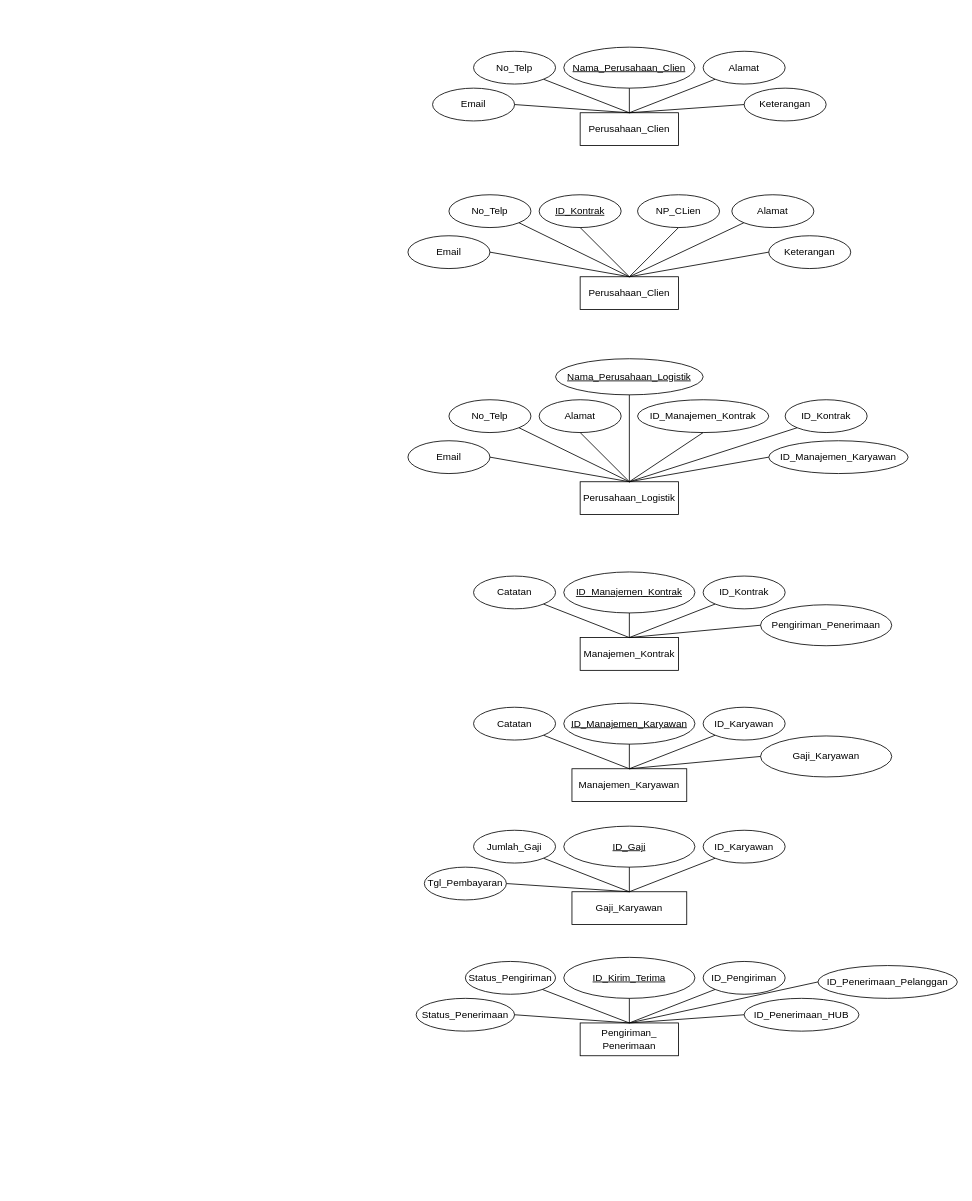
Firzh/semester-3 keeps this draw.io diagram as page "ERD-New" (4 of 11) of logistic-management-system.drawio. Above is the earlier version. Source tidied: cells renumbered, new cells numbered last; positions are measured from the earlier drawing's top-left corner, leaving out a move shared by most shapes. Both pictures are drawn from the tidied source at 82%, with x=0, y=0 at pixel (408, 47).
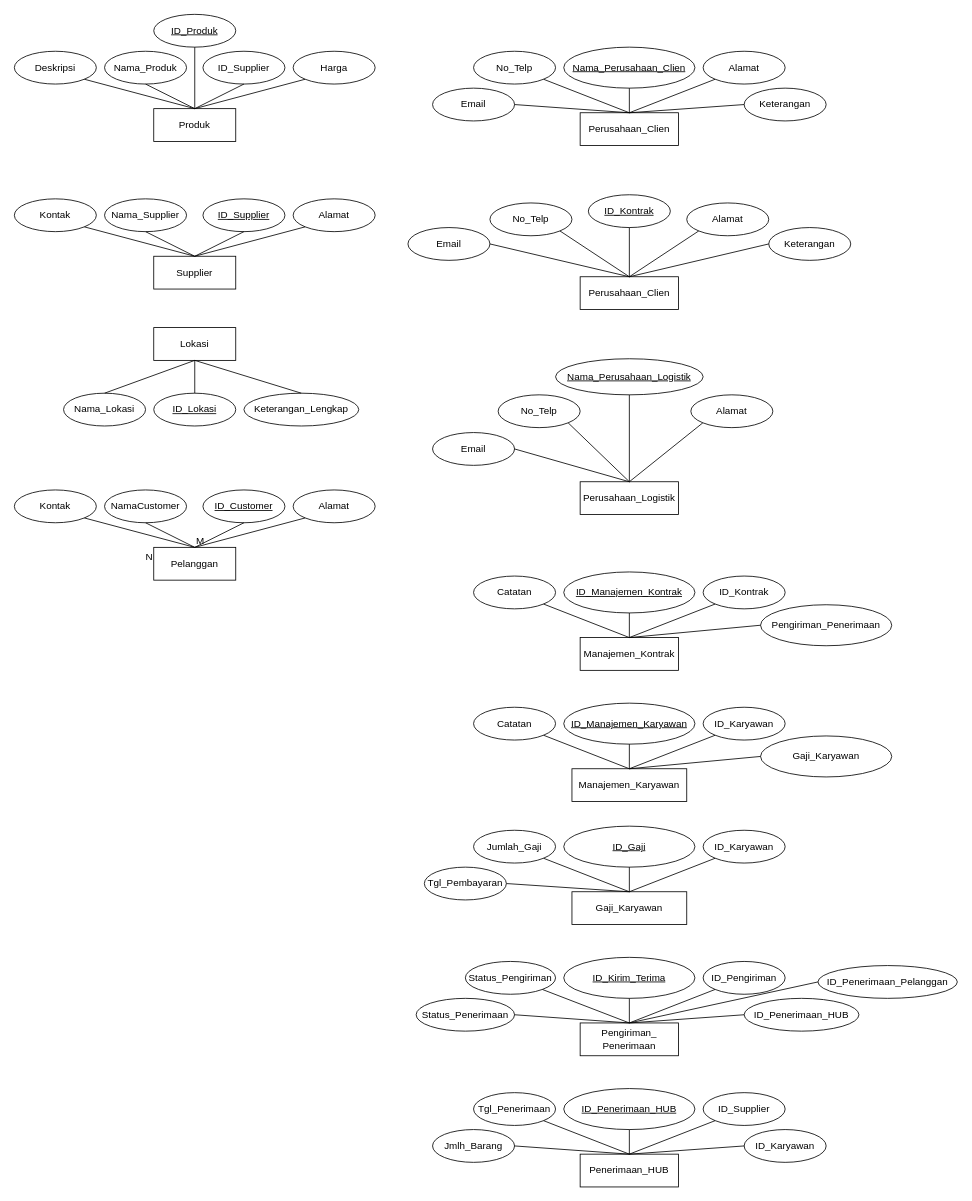
After the change.

The change refers to these unchanged cells:
```xml
<mxCell id="14" value="Perusahaan_Clien" style="whiteSpace=wrap;html=1;align=center;" parent="1" vertex="1">
  <mxGeometry x="210" y="280" width="120" height="40" as="geometry" />
</mxCell>
<mxCell id="27" value="Perusahaan_Logistik" style="whiteSpace=wrap;html=1;align=center;" parent="1" vertex="1">
  <mxGeometry x="210" y="530" width="120" height="40" as="geometry" />
</mxCell>
```

What changed in the source:
```diff
@@
     <mxCell id="15" value="ID_Kontrak" style="ellipse;whiteSpace=wrap;html=1;align=center;fontStyle=4;" parent="1" vertex="1">
-      <mxGeometry x="160" y="180" width="100" height="40" as="geometry" />
+      <mxGeometry x="220" y="180" width="100" height="40" as="geometry" />
     </mxCell>
     <mxCell id="16" value="Alamat" style="ellipse;whiteSpace=wrap;html=1;align=center;" parent="1" vertex="1">
-      <mxGeometry x="395" y="180" width="100" height="40" as="geometry" />
+      <mxGeometry x="340" y="190" width="100" height="40" as="geometry" />
     </mxCell>
     <mxCell id="17" value="No_Telp" style="ellipse;whiteSpace=wrap;html=1;align=center;" parent="1" vertex="1">
-      <mxGeometry x="50" y="180" width="100" height="40" as="geometry" />
+      <mxGeometry x="100" y="190" width="100" height="40" as="geometry" />
     </mxCell>
     <mxCell id="18" value="Email" style="ellipse;whiteSpace=wrap;html=1;align=center;" parent="1" vertex="1">
-      <mxGeometry y="230" width="100" height="40" as="geometry" />
+      <mxGeometry y="220" width="100" height="40" as="geometry" />
     </mxCell>
     <mxCell id="19" value="Keterangan" style="ellipse;whiteSpace=wrap;html=1;align=center;" parent="1" vertex="1">
-      <mxGeometry x="440" y="230" width="100" height="40" as="geometry" />
+      <mxGeometry x="440" y="220" width="100" height="40" as="geometry" />
     </mxCell>
@@
-    <mxCell id="25" value="NP_CLien" style="ellipse;whiteSpace=wrap;html=1;align=center;" parent="1" vertex="1">
-      <mxGeometry x="280" y="180" width="100" height="40" as="geometry" />
-    </mxCell>
-    <mxCell id="26" style="endArrow=none;html=1;rounded=0;entryX=0.5;entryY=1;entryDx=0;entryDy=0;exitX=0.5;exitY=0;exitDx=0;exitDy=0;" parent="1" edge="1" source="14" target="25">
-      <mxGeometry relative="1" as="geometry" />
-    </mxCell>
@@
-    <mxCell id="29" value="ID_Kontrak" style="ellipse;whiteSpace=wrap;html=1;align=center;" parent="1" vertex="1">
-      <mxGeometry x="460" y="430" width="100" height="40" as="geometry" />
-    </mxCell>
     <mxCell id="30" value="No_Telp" style="ellipse;whiteSpace=wrap;html=1;align=center;" parent="1" vertex="1">
-      <mxGeometry x="50" y="430" width="100" height="40" as="geometry" />
+      <mxGeometry x="110" y="424" width="100" height="40" as="geometry" />
     </mxCell>
     <mxCell id="31" value="Email" style="ellipse;whiteSpace=wrap;html=1;align=center;" parent="1" vertex="1">
-      <mxGeometry y="480" width="100" height="40" as="geometry" />
+      <mxGeometry x="30" y="470" width="100" height="40" as="geometry" />
     </mxCell>
-    <mxCell id="32" value="ID_Manajemen_Karyawan" style="ellipse;whiteSpace=wrap;html=1;align=center;" parent="1" vertex="1">
-      <mxGeometry x="440" y="480" width="170" height="40" as="geometry" />
-    </mxCell>
@@
-    <mxCell id="34" style="endArrow=none;html=1;rounded=0;entryX=0;entryY=1;entryDx=0;entryDy=0;exitX=0.5;exitY=0;exitDx=0;exitDy=0;" parent="1" edge="1" source="27" target="29">
-      <mxGeometry relative="1" as="geometry" />
-    </mxCell>
-    <mxCell id="35" style="endArrow=none;html=1;rounded=0;entryX=0;entryY=0.5;entryDx=0;entryDy=0;exitX=0.5;exitY=0;exitDx=0;exitDy=0;" parent="1" edge="1" source="27" target="32">
-      <mxGeometry relative="1" as="geometry" />
-    </mxCell>
@@
-    <mxCell id="38" value="ID_Manajemen_Kontrak" style="ellipse;whiteSpace=wrap;html=1;align=center;" parent="1" vertex="1">
-      <mxGeometry x="280" y="430" width="160" height="40" as="geometry" />
-    </mxCell>
-    <mxCell id="39" style="endArrow=none;html=1;rounded=0;entryX=0.5;entryY=1;entryDx=0;entryDy=0;exitX=0.5;exitY=0;exitDx=0;exitDy=0;" parent="1" edge="1" source="27" target="38">
-      <mxGeometry relative="1" as="geometry" />
-    </mxCell>
     <mxCell id="40" value="Alamat" style="ellipse;whiteSpace=wrap;html=1;align=center;" parent="1" vertex="1">
-      <mxGeometry x="160" y="430" width="100" height="40" as="geometry" />
+      <mxGeometry x="345" y="424" width="100" height="40" as="geometry" />
     </mxCell>
-    <mxCell id="41" style="endArrow=none;html=1;rounded=0;entryX=0.5;entryY=1;entryDx=0;entryDy=0;exitX=0.5;exitY=0;exitDx=0;exitDy=0;" parent="1" edge="1" source="27" target="40">
+    <mxCell id="41" style="endArrow=none;html=1;rounded=0;entryX=0;entryY=1;entryDx=0;entryDy=0;exitX=0.5;exitY=0;exitDx=0;exitDy=0;" parent="1" edge="1" source="27" target="40">
       <mxGeometry relative="1" as="geometry" />
     </mxCell>
@@
+    <mxCell id="81" value="Penerimaan_HUB" style="whiteSpace=wrap;html=1;align=center;" parent="1" vertex="1">
+      <mxGeometry x="210" y="1350" width="120" height="40" as="geometry" />
+    </mxCell>
+    <mxCell id="82" value="ID_Penerimaan_HUB" style="ellipse;whiteSpace=wrap;html=1;align=center;fontStyle=4;" parent="1" vertex="1">
+      <mxGeometry x="190" y="1270" width="160" height="50" as="geometry" />
+    </mxCell>
+    <mxCell id="83" value="ID_Supplier" style="ellipse;whiteSpace=wrap;html=1;align=center;" parent="1" vertex="1">
+      <mxGeometry x="360" y="1275" width="100" height="40" as="geometry" />
+    </mxCell>
+    <mxCell id="84" value="Tgl_Penerimaan" style="ellipse;whiteSpace=wrap;html=1;align=center;" parent="1" vertex="1">
+      <mxGeometry x="80" y="1275" width="100" height="40" as="geometry" />
+    </mxCell>
+    <mxCell id="85" value="Jmlh_Barang" style="ellipse;whiteSpace=wrap;html=1;align=center;" parent="1" vertex="1">
+      <mxGeometry x="30" y="1320" width="100" height="40" as="geometry" />
+    </mxCell>
+    <mxCell id="86" value="ID_Karyawan" style="ellipse;whiteSpace=wrap;html=1;align=center;" parent="1" vertex="1">
+      <mxGeometry x="410" y="1320" width="100" height="40" as="geometry" />
+    </mxCell>
+    <mxCell id="87" style="endArrow=none;html=1;rounded=0;entryX=0.5;entryY=1;entryDx=0;entryDy=0;exitX=0.5;exitY=0;exitDx=0;exitDy=0;" parent="1" edge="1" source="81" target="82">
+      <mxGeometry relative="1" as="geometry" />
+    </mxCell>
+    <mxCell id="88" style="endArrow=none;html=1;rounded=0;entryX=0;entryY=1;entryDx=0;entryDy=0;exitX=0.5;exitY=0;exitDx=0;exitDy=0;" parent="1" edge="1" source="81" target="83">
+      <mxGeometry relative="1" as="geometry" />
+    </mxCell>
+    <mxCell id="89" style="endArrow=none;html=1;rounded=0;entryX=0;entryY=0.5;entryDx=0;entryDy=0;exitX=0.5;exitY=0;exitDx=0;exitDy=0;" parent="1" edge="1" source="81" target="86">
+      <mxGeometry relative="1" as="geometry" />
+    </mxCell>
+    <mxCell id="90" style="endArrow=none;html=1;rounded=0;entryX=1;entryY=1;entryDx=0;entryDy=0;exitX=0.5;exitY=0;exitDx=0;exitDy=0;" parent="1" edge="1" source="81" target="84">
+      <mxGeometry relative="1" as="geometry" />
+    </mxCell>
+    <mxCell id="91" style="endArrow=none;html=1;rounded=0;entryX=1;entryY=0.5;entryDx=0;entryDy=0;exitX=0.5;exitY=0;exitDx=0;exitDy=0;" parent="1" edge="1" source="81" target="85">
+      <mxGeometry relative="1" as="geometry" />
+    </mxCell>
+    <mxCell id="92" value="Produk" style="whiteSpace=wrap;html=1;align=center;" parent="1" vertex="1">
+      <mxGeometry x="-310" y="75" width="100" height="40" as="geometry" />
+    </mxCell>
+    <mxCell id="93" value="ID_Produk" style="ellipse;whiteSpace=wrap;html=1;align=center;fontStyle=4;" parent="1" vertex="1">
+      <mxGeometry x="-310" y="-40" width="100" height="40" as="geometry" />
+    </mxCell>
+    <mxCell id="94" value="Nama_Produk" style="ellipse;whiteSpace=wrap;html=1;align=center;" parent="1" vertex="1">
+      <mxGeometry x="-370" y="5" width="100" height="40" as="geometry" />
+    </mxCell>
+    <mxCell id="95" value="Harga" style="ellipse;whiteSpace=wrap;html=1;align=center;" parent="1" vertex="1">
+      <mxGeometry x="-140" y="5" width="100" height="40" as="geometry" />
+    </mxCell>
+    <mxCell id="96" value="Deskripsi" style="ellipse;whiteSpace=wrap;html=1;align=center;" parent="1" vertex="1">
+      <mxGeometry x="-480" y="5" width="100" height="40" as="geometry" />
+    </mxCell>
+    <mxCell id="97" style="endArrow=none;html=1;rounded=0;exitX=0.5;exitY=0;exitDx=0;exitDy=0;entryX=0.5;entryY=1;entryDx=0;entryDy=0;" parent="1" edge="1" source="92" target="93">
+      <mxGeometry relative="1" as="geometry" />
+    </mxCell>
+    <mxCell id="98" style="endArrow=none;html=1;rounded=0;exitX=0.5;exitY=0;exitDx=0;exitDy=0;entryX=0;entryY=1;entryDx=0;entryDy=0;" parent="1" edge="1" source="92" target="95">
+      <mxGeometry relative="1" as="geometry" />
+    </mxCell>
+    <mxCell id="99" style="endArrow=none;html=1;rounded=0;exitX=0.5;exitY=0;exitDx=0;exitDy=0;entryX=0.5;entryY=1;entryDx=0;entryDy=0;" parent="1" edge="1" source="92" target="94">
+      <mxGeometry relative="1" as="geometry" />
+    </mxCell>
+    <mxCell id="100" style="endArrow=none;html=1;rounded=0;entryX=1;entryY=1;entryDx=0;entryDy=0;exitX=0.5;exitY=0;exitDx=0;exitDy=0;" parent="1" edge="1" source="92" target="96">
+      <mxGeometry relative="1" as="geometry" />
+    </mxCell>
+    <mxCell id="101" value="ID_Supplier" style="ellipse;whiteSpace=wrap;html=1;align=center;" parent="1" vertex="1">
+      <mxGeometry x="-250" y="5" width="100" height="40" as="geometry" />
+    </mxCell>
+    <mxCell id="102" style="endArrow=none;html=1;rounded=0;exitX=0.5;exitY=0;exitDx=0;exitDy=0;entryX=0.5;entryY=1;entryDx=0;entryDy=0;" parent="1" edge="1" source="92" target="101">
+      <mxGeometry relative="1" as="geometry" />
+    </mxCell>
+    <mxCell id="103" value="Supplier" style="whiteSpace=wrap;html=1;align=center;" parent="1" vertex="1">
+      <mxGeometry x="-310" y="255" width="100" height="40" as="geometry" />
+    </mxCell>
+    <mxCell id="104" value="ID_Supplier" style="ellipse;whiteSpace=wrap;html=1;align=center;fontStyle=4;" parent="1" vertex="1">
+      <mxGeometry x="-250" y="185" width="100" height="40" as="geometry" />
+    </mxCell>
+    <mxCell id="105" value="Nama_Supplier" style="ellipse;whiteSpace=wrap;html=1;align=center;" parent="1" vertex="1">
+      <mxGeometry x="-370" y="185" width="100" height="40" as="geometry" />
+    </mxCell>
+    <mxCell id="106" value="Alamat" style="ellipse;whiteSpace=wrap;html=1;align=center;" parent="1" vertex="1">
+      <mxGeometry x="-140" y="185" width="100" height="40" as="geometry" />
+    </mxCell>
+    <mxCell id="107" value="Kontak" style="ellipse;whiteSpace=wrap;html=1;align=center;" parent="1" vertex="1">
+      <mxGeometry x="-480" y="185" width="100" height="40" as="geometry" />
+    </mxCell>
+    <mxCell id="108" style="endArrow=none;html=1;rounded=0;exitX=0.5;exitY=0;exitDx=0;exitDy=0;entryX=0.5;entryY=1;entryDx=0;entryDy=0;" parent="1" edge="1" source="103" target="104">
+      <mxGeometry relative="1" as="geometry" />
+    </mxCell>
+    <mxCell id="109" style="endArrow=none;html=1;rounded=0;exitX=0.5;exitY=0;exitDx=0;exitDy=0;entryX=0;entryY=1;entryDx=0;entryDy=0;" parent="1" edge="1" source="103" target="106">
+      <mxGeometry relative="1" as="geometry" />
+    </mxCell>
+    <mxCell id="110" style="endArrow=none;html=1;rounded=0;exitX=0.5;exitY=0;exitDx=0;exitDy=0;entryX=0.5;entryY=1;entryDx=0;entryDy=0;" parent="1" edge="1" source="103" target="105">
+      <mxGeometry relative="1" as="geometry" />
+    </mxCell>
+    <mxCell id="111" style="endArrow=none;html=1;rounded=0;entryX=1;entryY=1;entryDx=0;entryDy=0;exitX=0.5;exitY=0;exitDx=0;exitDy=0;" parent="1" edge="1" source="103" target="107">
+      <mxGeometry relative="1" as="geometry" />
+    </mxCell>
+    <mxCell id="112" value="Lokasi" style="whiteSpace=wrap;html=1;align=center;" parent="1" vertex="1">
+      <mxGeometry x="-310" y="342" width="100" height="40" as="geometry" />
+    </mxCell>
+    <mxCell id="113" value="ID_Lokasi" style="ellipse;whiteSpace=wrap;html=1;align=center;fontStyle=4;" parent="1" vertex="1">
+      <mxGeometry x="-310" y="422" width="100" height="40" as="geometry" />
+    </mxCell>
+    <mxCell id="114" value="Nama_Lokasi" style="ellipse;whiteSpace=wrap;html=1;align=center;" parent="1" vertex="1">
+      <mxGeometry x="-420" y="422" width="100" height="40" as="geometry" />
+    </mxCell>
+    <mxCell id="115" value="Keterangan_Lengkap" style="ellipse;whiteSpace=wrap;html=1;align=center;" parent="1" vertex="1">
+      <mxGeometry x="-200" y="422" width="140" height="40" as="geometry" />
+    </mxCell>
+    <mxCell id="116" style="endArrow=none;html=1;rounded=0;exitX=0.5;exitY=1;exitDx=0;exitDy=0;entryX=0.5;entryY=0;entryDx=0;entryDy=0;" parent="1" edge="1" source="112" target="113">
+      <mxGeometry relative="1" as="geometry" />
+    </mxCell>
+    <mxCell id="117" style="endArrow=none;html=1;rounded=0;exitX=0.5;exitY=1;exitDx=0;exitDy=0;entryX=0.5;entryY=0;entryDx=0;entryDy=0;" parent="1" edge="1" source="112" target="115">
+      <mxGeometry relative="1" as="geometry" />
+    </mxCell>
+    <mxCell id="118" style="endArrow=none;html=1;rounded=0;exitX=0.5;exitY=1;exitDx=0;exitDy=0;entryX=0.5;entryY=0;entryDx=0;entryDy=0;" parent="1" edge="1" source="112" target="114">
+      <mxGeometry relative="1" as="geometry" />
+    </mxCell>
+    <mxCell id="119" value="Pelanggan" style="whiteSpace=wrap;html=1;align=center;" parent="1" vertex="1">
+      <mxGeometry x="-310" y="610" width="100" height="40" as="geometry" />
+    </mxCell>
+    <mxCell id="120" value="ID_Customer" style="ellipse;whiteSpace=wrap;html=1;align=center;fontStyle=4;" parent="1" vertex="1">
+      <mxGeometry x="-250" y="540" width="100" height="40" as="geometry" />
+    </mxCell>
+    <mxCell id="121" value="NamaCustomer" style="ellipse;whiteSpace=wrap;html=1;align=center;" parent="1" vertex="1">
+      <mxGeometry x="-370" y="540" width="100" height="40" as="geometry" />
+    </mxCell>
+    <mxCell id="122" value="Alamat" style="ellipse;whiteSpace=wrap;html=1;align=center;" parent="1" vertex="1">
+      <mxGeometry x="-140" y="540" width="100" height="40" as="geometry" />
+    </mxCell>
+    <mxCell id="123" value="Kontak" style="ellipse;whiteSpace=wrap;html=1;align=center;" parent="1" vertex="1">
+      <mxGeometry x="-480" y="540" width="100" height="40" as="geometry" />
+    </mxCell>
+    <mxCell id="124" style="endArrow=none;html=1;rounded=0;exitX=0.5;exitY=0;exitDx=0;exitDy=0;entryX=0.5;entryY=1;entryDx=0;entryDy=0;" parent="1" edge="1" source="119" target="120">
+      <mxGeometry relative="1" as="geometry" />
+    </mxCell>
+    <mxCell id="125" style="endArrow=none;html=1;rounded=0;exitX=0.5;exitY=0;exitDx=0;exitDy=0;entryX=0;entryY=1;entryDx=0;entryDy=0;" parent="1" edge="1" source="119" target="122">
+      <mxGeometry relative="1" as="geometry" />
+    </mxCell>
+    <mxCell id="126" style="endArrow=none;html=1;rounded=0;exitX=0.5;exitY=0;exitDx=0;exitDy=0;entryX=0.5;entryY=1;entryDx=0;entryDy=0;" parent="1" edge="1" source="119" target="121">
+      <mxGeometry relative="1" as="geometry" />
+    </mxCell>
+    <mxCell id="127" style="endArrow=none;html=1;rounded=0;entryX=1;entryY=1;entryDx=0;entryDy=0;exitX=0.5;exitY=0;exitDx=0;exitDy=0;" parent="1" edge="1" source="119" target="123">
+      <mxGeometry relative="1" as="geometry" />
+    </mxCell>
+    <mxCell id="128" value="N" style="html=1;whiteSpace=wrap;align=right;verticalAlign=bottom;" parent="1" vertex="1">
+      <mxGeometry x="-310" y="630" as="geometry" />
+    </mxCell>
+    <mxCell id="129" value="M" style="html=1;whiteSpace=wrap;align=left;verticalAlign=bottom;" parent="1" vertex="1">
+      <mxGeometry x="-260" y="610" as="geometry" />
+    </mxCell>
```
